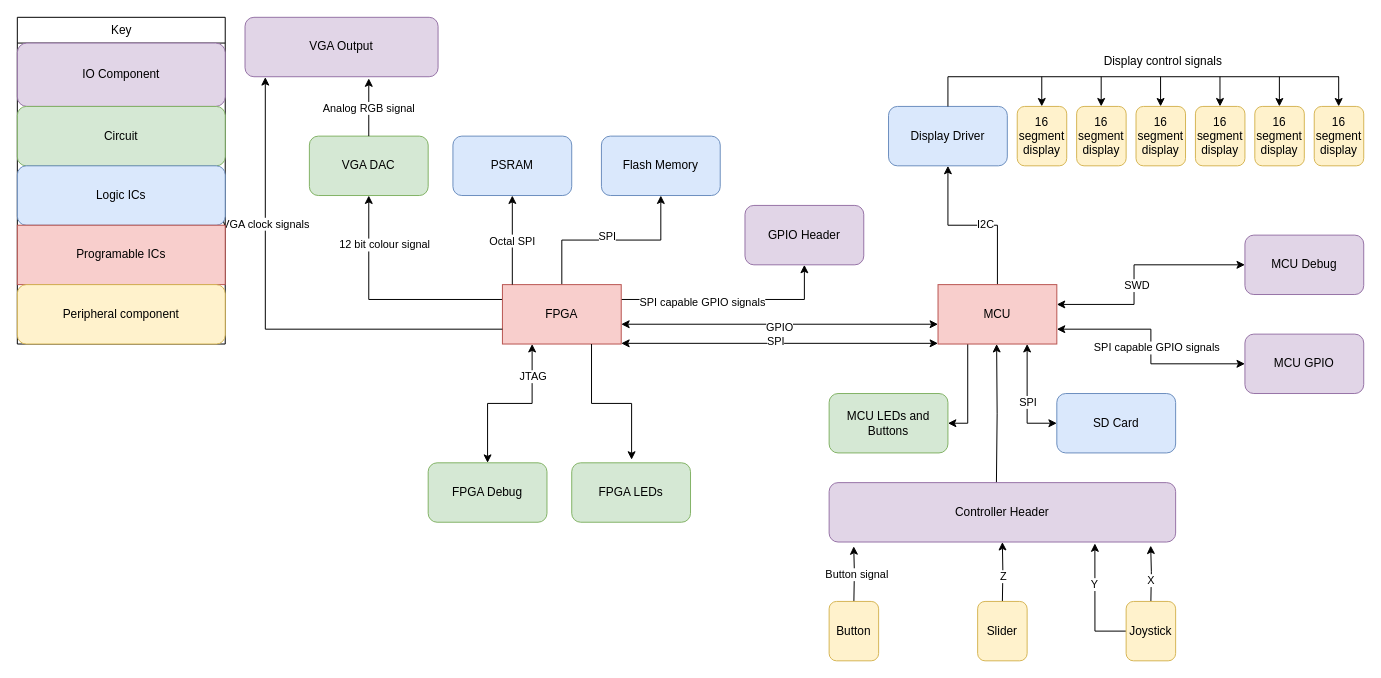
Earlier version of the draw.io diagram PCB/DetailedPCBDiagram.drawio (MH-Flight-Simulator-X/System-Figures-And-Microarchitecture). Source tidied: cells renumbered, new cells numbered last; positions are measured from the earlier drawing's top-left corner, leaving out a move shared by most shapes. Both pictures are drawn from the tidied source at 99%, with x=0, y=0 at pixel (17, 17).
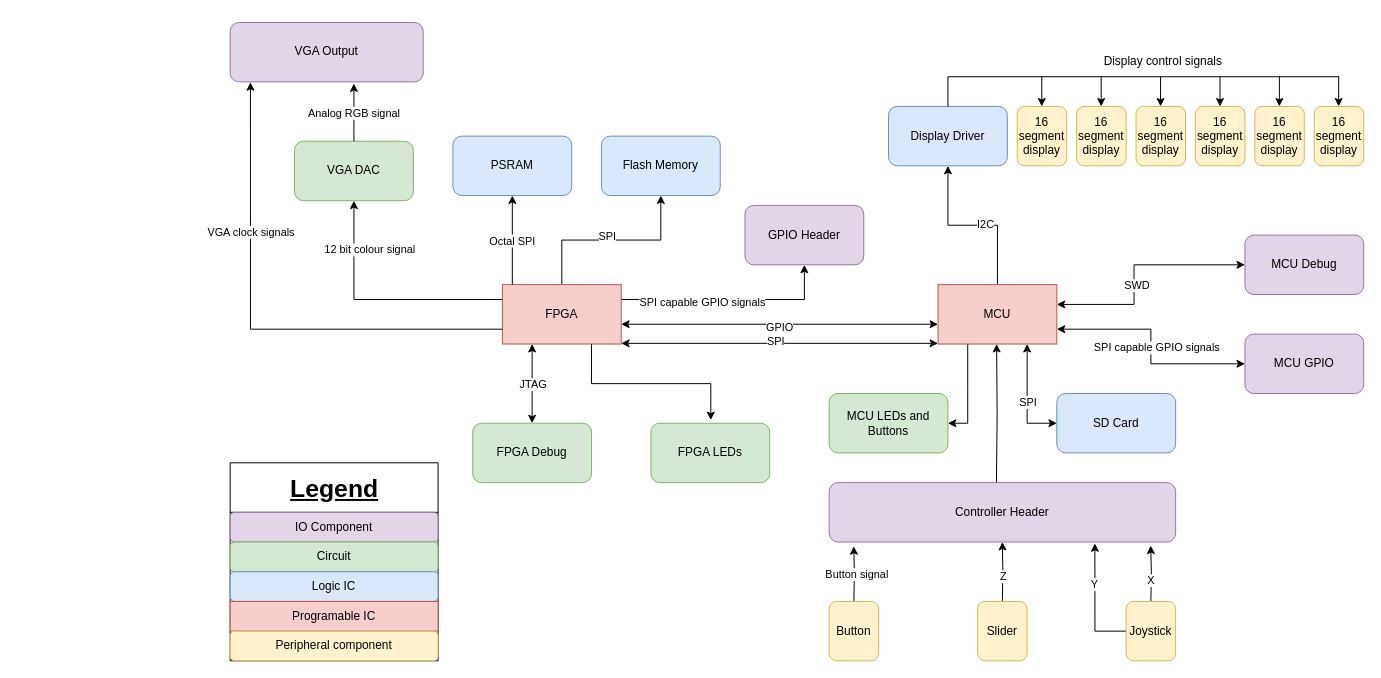
The same diagram, later.

Commit message:
Gubtubulous weble

The change refers to these unchanged cells:
```xml
<mxCell id="24" style="edgeStyle=orthogonalEdgeStyle;rounded=0;jettySize=auto;html=1;exitX=0.25;exitY=1;exitDx=0;exitDy=0;entryX=0.5;entryY=0;entryDx=0;entryDy=0;startArrow=classic;startFill=1;" parent="1" edge="1" source="26" target="69">
  <mxGeometry relative="1" as="geometry" />
</mxCell>
```

The edit, as a diff of the source:
```diff
@@
     <mxCell id="25" value="JTAG" style="edgeLabel;html=1;align=center;verticalAlign=middle;" parent="24" vertex="1">
-      <mxGeometry x="-0.61" relative="1" as="geometry" />
+      <mxGeometry x="-0.61" relative="1" as="geometry">
+        <mxPoint y="24" as="offset" />
+      </mxGeometry>
     </mxCell>
@@
     <mxCell id="27" value="FPGA LEDs" style="rounded=1;whiteSpace=wrap;html=1;fillColor=#d5e8d4;strokeColor=#82b366;" parent="1" vertex="1">
-      <mxGeometry x="560" y="450" width="120" height="60" as="geometry" />
+      <mxGeometry x="640" y="410" width="120" height="60" as="geometry" />
     </mxCell>
@@
     <mxCell id="60" value="12 bit colour signal" style="edgeLabel;html=1;align=center;verticalAlign=middle;rotation=0;" parent="1" vertex="1">
-      <mxGeometry x="370" y="229.5" as="geometry" />
+      <mxGeometry x="355" y="234.8" as="geometry" />
     </mxCell>
     <mxCell id="61" value="VGA DAC" style="rounded=1;whiteSpace=wrap;html=1;fillColor=#d5e8d4;strokeColor=#82b366;rotation=0;" parent="1" vertex="1">
-      <mxGeometry x="295" y="120" width="120" height="60" as="geometry" />
+      <mxGeometry x="280" y="125.2" width="120" height="60" as="geometry" />
     </mxCell>
     <mxCell id="62" value="VGA Output" style="rounded=1;whiteSpace=wrap;html=1;fillColor=#e1d5e7;strokeColor=#9673a6;rotation=0;" parent="1" vertex="1">
-      <mxGeometry x="230" width="195" height="60" as="geometry" />
+      <mxGeometry x="215" y="5.2" width="195" height="60" as="geometry" />
     </mxCell>
@@
     <mxCell id="69" value="FPGA Debug" style="rounded=1;whiteSpace=wrap;html=1;fillColor=#d5e8d4;strokeColor=#82b366;" parent="1" vertex="1">
-      <mxGeometry x="415" y="450" width="120" height="60" as="geometry" />
+      <mxGeometry x="460" y="410" width="120" height="60" as="geometry" />
     </mxCell>
@@
-    <mxCell id="72" value="Key" style="swimlane;fontStyle=0;horizontal=1;startSize=26;fillColor=none;html=1;" parent="1" vertex="1">
-      <mxGeometry width="210" height="330" as="geometry" />
+    <mxCell id="72" value="&lt;font style=&quot;font-size: 25px;&quot;&gt;&lt;b&gt;&lt;u&gt;Legend&lt;/u&gt;&lt;/b&gt;&lt;/font&gt;" style="swimlane;fontStyle=0;horizontal=1;startSize=50;fillColor=none;html=1;" parent="1" vertex="1">
+      <mxGeometry x="215" y="450" width="210" height="200" as="geometry" />
     </mxCell>
     <mxCell id="73" value="IO Component" style="rounded=1;whiteSpace=wrap;html=1;fillColor=#e1d5e7;strokeColor=#9673a6;rotation=0;" parent="72" vertex="1">
-      <mxGeometry y="26" width="210" height="64" as="geometry" />
+      <mxGeometry y="50" width="210" height="30" as="geometry" />
     </mxCell>
     <mxCell id="74" value="Circuit" style="rounded=1;whiteSpace=wrap;html=1;fillColor=#d5e8d4;strokeColor=#82b366;rotation=0;" parent="72" vertex="1">
-      <mxGeometry y="90" width="210" height="60" as="geometry" />
+      <mxGeometry y="80" width="210" height="30" as="geometry" />
     </mxCell>
-    <mxCell id="75" value="Logic ICs" style="rounded=1;whiteSpace=wrap;html=1;fillColor=#dae8fc;strokeColor=#6c8ebf;" parent="72" vertex="1">
-      <mxGeometry y="150" width="210" height="60" as="geometry" />
+    <mxCell id="75" value="Logic IC" style="rounded=1;whiteSpace=wrap;html=1;fillColor=#dae8fc;strokeColor=#6c8ebf;" parent="72" vertex="1">
+      <mxGeometry y="110" width="210" height="30" as="geometry" />
     </mxCell>
-    <mxCell id="76" value="Programable ICs" style="rounded=0;whiteSpace=wrap;html=1;fillColor=#f8cecc;strokeColor=#b85450;" parent="72" vertex="1">
-      <mxGeometry y="210" width="210" height="60" as="geometry" />
+    <mxCell id="76" value="Programable IC" style="rounded=0;whiteSpace=wrap;html=1;fillColor=#f8cecc;strokeColor=#b85450;" parent="72" vertex="1">
+      <mxGeometry y="140" width="210" height="30" as="geometry" />
     </mxCell>
     <mxCell id="77" value="Peripheral component" style="rounded=1;whiteSpace=wrap;html=1;fillColor=#fff2cc;strokeColor=#d6b656;" parent="72" vertex="1">
-      <mxGeometry y="270" width="210" height="60" as="geometry" />
+      <mxGeometry y="170" width="210" height="30" as="geometry" />
     </mxCell>
```
